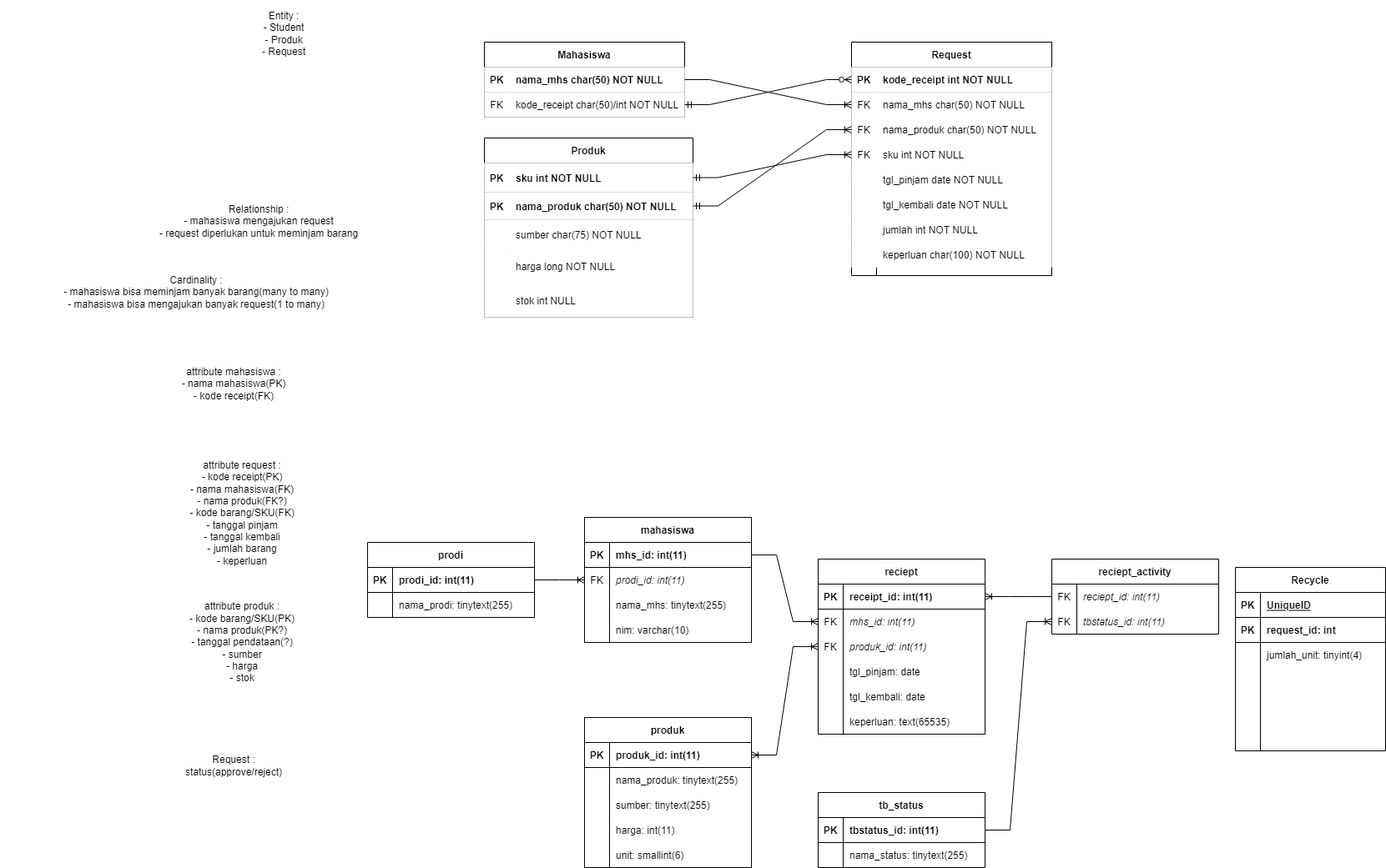
This is diagrams/ER diagram.drawio.png from johannfac/aplikasipeminjamanaset, a draw.io export, as it was before one commit. Source tidied: cells renumbered, new cells last; positions are measured from the earlier drawing's top-left corner, leaving out a move shared by most shapes.
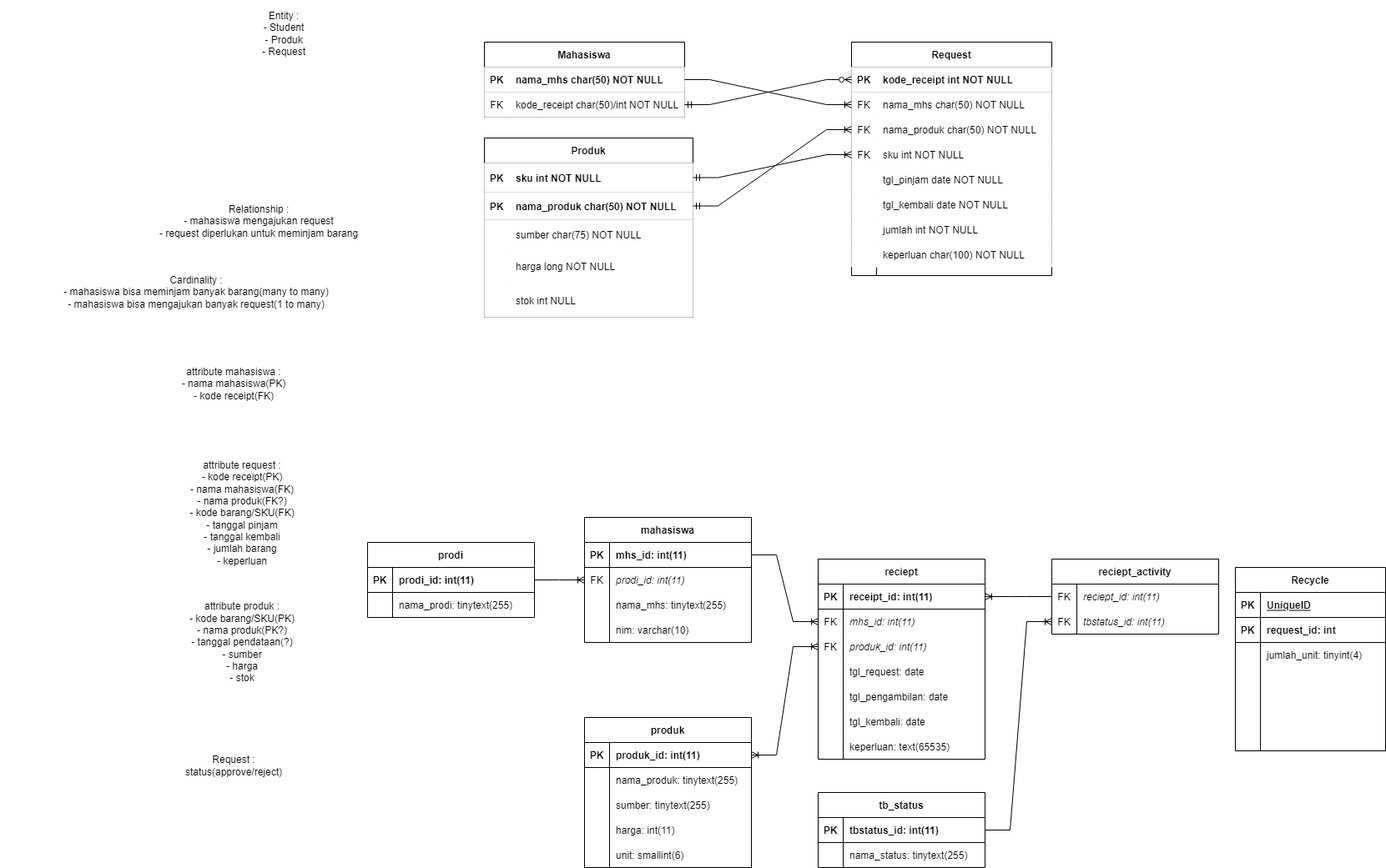
After the commit.

Change to the diagram source:
```diff
@@ -264,7 +264,7 @@
       <mxGeometry x="30" width="170" height="30" as="geometry" />
     </mxCell>
     <mxCell id="89" value="reciept" style="shape=table;startSize=30;rowLines=0;fontStyle=1;align=center;fontColor=default;strokeColor=default;fillColor=none;" parent="1" vertex="1">
-      <mxGeometry x="980" y="670" width="200" height="210" as="geometry" />
+      <mxGeometry x="980" y="670" width="200" height="240" as="geometry" />
     </mxCell>
     <mxCell id="90" style="shape=partialRectangle;fillColor=none;top=0;left=0;bottom=1;right=0;points=[[0,0.5],[1,0.5]];portConstraint=eastwest;fontColor=default;strokeColor=default;" parent="89" vertex="1">
       <mxGeometry y="30" width="200" height="30" as="geometry" />
@@ -299,11 +299,20 @@
     <mxCell id="100" style="shape=partialRectangle;fillColor=none;top=0;left=0;bottom=0;right=0;overflow=hidden;fontColor=default;strokeColor=default;" parent="99" vertex="1">
       <mxGeometry width="30" height="30" as="geometry" />
     </mxCell>
-    <mxCell id="101" value="tgl_pinjam: date" style="shape=partialRectangle;fillColor=none;top=0;left=0;bottom=0;right=0;align=left;spacingLeft=6;overflow=hidden;fontColor=default;strokeColor=default;" parent="99" vertex="1">
+    <mxCell id="101" value="tgl_request: date" style="shape=partialRectangle;fillColor=none;top=0;left=0;bottom=0;right=0;align=left;spacingLeft=6;overflow=hidden;fontColor=default;strokeColor=default;" parent="99" vertex="1">
       <mxGeometry x="30" width="170" height="30" as="geometry" />
     </mxCell>
+    <mxCell id="154" style="shape=partialRectangle;fillColor=none;top=0;left=0;bottom=0;right=0;fontColor=default;strokeColor=default;" parent="89" vertex="1">
+      <mxGeometry y="150" width="200" height="30" as="geometry" />
+    </mxCell>
+    <mxCell id="155" style="shape=partialRectangle;fillColor=none;top=0;left=0;bottom=0;right=0;overflow=hidden;fontColor=default;strokeColor=default;" parent="154" vertex="1">
+      <mxGeometry width="30" height="30" as="geometry" />
+    </mxCell>
+    <mxCell id="156" value="tgl_pengambilan: date" style="shape=partialRectangle;fillColor=none;top=0;left=0;bottom=0;right=0;align=left;spacingLeft=6;overflow=hidden;fontColor=default;strokeColor=default;" parent="154" vertex="1">
+      <mxGeometry x="30" width="170" height="30" as="geometry" />
+    </mxCell>
     <mxCell id="102" style="shape=partialRectangle;fillColor=none;top=0;left=0;bottom=0;right=0;fontColor=default;strokeColor=default;" parent="89" vertex="1">
-      <mxGeometry y="150" width="200" height="30" as="geometry" />
+      <mxGeometry y="180" width="200" height="30" as="geometry" />
     </mxCell>
     <mxCell id="103" style="shape=partialRectangle;fillColor=none;top=0;left=0;bottom=0;right=0;overflow=hidden;fontColor=default;strokeColor=default;" parent="102" vertex="1">
       <mxGeometry width="30" height="30" as="geometry" />
@@ -312,7 +321,7 @@
       <mxGeometry x="30" width="170" height="30" as="geometry" />
     </mxCell>
     <mxCell id="105" style="shape=partialRectangle;fillColor=none;top=0;left=0;bottom=0;right=0;fontColor=default;strokeColor=default;" parent="89" vertex="1">
-      <mxGeometry y="180" width="200" height="30" as="geometry" />
+      <mxGeometry y="210" width="200" height="30" as="geometry" />
     </mxCell>
     <mxCell id="106" style="shape=partialRectangle;fillColor=none;top=0;left=0;bottom=0;right=0;overflow=hidden;fontColor=default;strokeColor=default;" parent="105" vertex="1">
       <mxGeometry width="30" height="30" as="geometry" />
```
